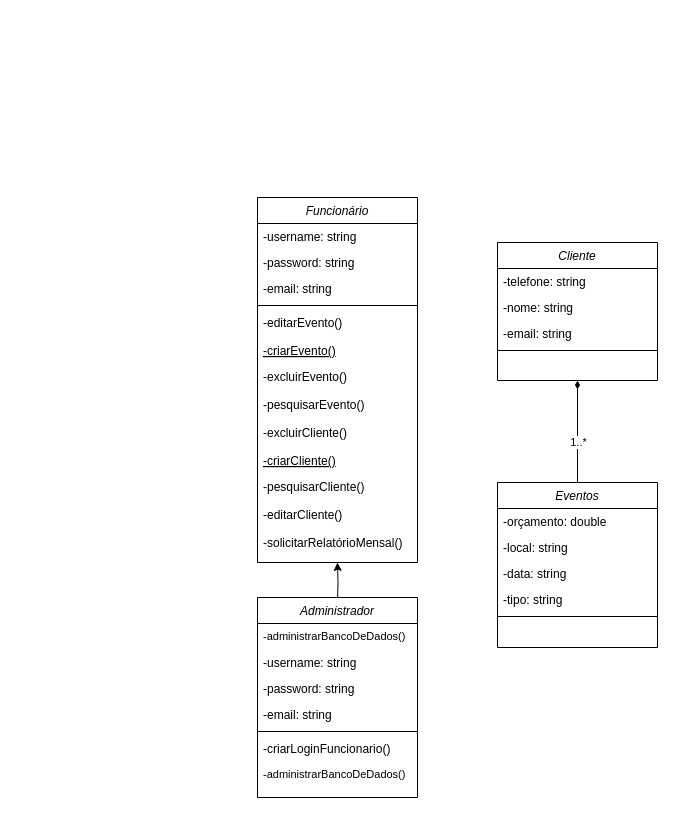
Before: 4° Período/Análise e Projeto de Sistemas (Janderson)/Atividade 02/Diagrama de Classes (Buffet LuDa).drawio in lucaslucenak/cc-UEPB, a draw.io diagram. Source tidied: cells renumbered, new cells numbered last; positions are measured from the earlier drawing's top-left corner, leaving out a move shared by most shapes. Both pictures are drawn from the tidied source at 100%, with x=0, y=0 at pixel (257, 197).
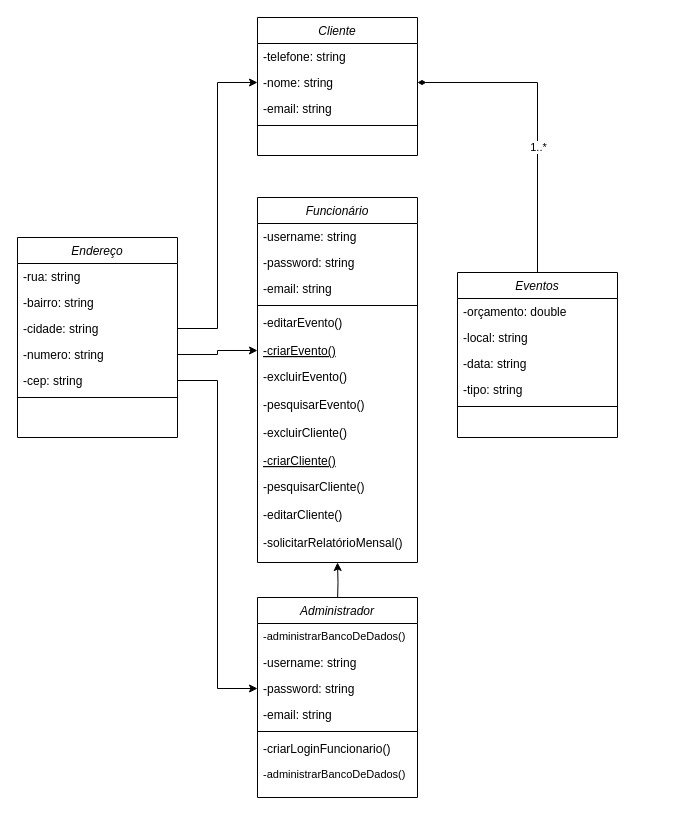
The same page after the edit.

Commit message:
fixed diagrama de classes in APS

Unchanged cells that the change refers to:
```xml
<mxCell id="4" value="-nome: string" style="text;align=left;verticalAlign=top;spacingLeft=4;spacingRight=4;overflow=hidden;points=[[0,0.5],[1,0.5]];portConstraint=eastwest;" parent="2" vertex="1">
  <mxGeometry y="52" width="160" height="26" as="geometry" />
</mxCell>
<mxCell id="13" value="-criarEvento()" style="text;align=left;verticalAlign=top;spacingLeft=4;spacingRight=4;overflow=hidden;points=[[0,0.5],[1,0.5]];portConstraint=eastwest;fontStyle=4;" parent="7" vertex="1">
  <mxGeometry y="140" width="160" height="26" as="geometry" />
</mxCell>
<mxCell id="33" value="-password: string" style="text;align=left;verticalAlign=top;spacingLeft=4;spacingRight=4;overflow=hidden;points=[[0,0.5],[1,0.5]];portConstraint=eastwest;" parent="30" vertex="1">
  <mxGeometry y="78" width="160" height="26" as="geometry" />
</mxCell>
```

Change to the diagram source:
```diff
@@
     <mxCell id="2" value="Cliente" style="swimlane;fontStyle=2;align=center;verticalAlign=top;horizontal=1;startSize=26;rounded=0;shadow=0;strokeWidth=1;" parent="1" vertex="1">
-      <mxGeometry x="240" y="45" width="160" height="138" as="geometry" />
+      <mxGeometry y="-180" width="160" height="138" as="geometry" />
     </mxCell>
@@
-    <mxCell id="21" style="edgeStyle=orthogonalEdgeStyle;rounded=0;jettySize=auto;html=1;exitX=0.5;exitY=0;exitDx=0;exitDy=0;entryX=0.5;entryY=1;entryDx=0;entryDy=0;fontSize=11;endArrow=diamondThin;endFill=1;" parent="1" edge="1" source="23" target="2">
+    <mxCell id="21" style="edgeStyle=orthogonalEdgeStyle;rounded=0;jettySize=auto;html=1;exitX=0.5;exitY=0;exitDx=0;exitDy=0;entryX=1;entryY=0.5;entryDx=0;entryDy=0;fontSize=11;endArrow=diamondThin;endFill=1;" parent="1" edge="1" source="23" target="4">
       <mxGeometry relative="1" as="geometry" />
     </mxCell>
@@
     <mxCell id="23" value="Eventos" style="swimlane;fontStyle=2;align=center;verticalAlign=top;horizontal=1;startSize=26;rounded=0;shadow=0;strokeWidth=1;" parent="1" vertex="1">
-      <mxGeometry x="240" y="285" width="160" height="165" as="geometry" />
+      <mxGeometry x="200" y="75" width="160" height="165" as="geometry" />
     </mxCell>
@@
+    <mxCell id="38" value="Endereço" style="swimlane;fontStyle=2;align=center;verticalAlign=top;horizontal=1;startSize=26;rounded=0;shadow=0;strokeWidth=1;" parent="1" vertex="1">
+      <mxGeometry x="-240" y="40" width="160" height="200" as="geometry" />
+    </mxCell>
+    <mxCell id="39" value="-rua: string" style="text;align=left;verticalAlign=top;spacingLeft=4;spacingRight=4;overflow=hidden;rounded=0;shadow=0;html=0;" parent="38" vertex="1">
+      <mxGeometry y="26" width="160" height="26" as="geometry" />
+    </mxCell>
+    <mxCell id="40" value="-bairro: string" style="text;align=left;verticalAlign=top;spacingLeft=4;spacingRight=4;overflow=hidden;" parent="38" vertex="1">
+      <mxGeometry y="52" width="160" height="26" as="geometry" />
+    </mxCell>
+    <mxCell id="41" value="-cidade: string" style="text;align=left;verticalAlign=top;spacingLeft=4;spacingRight=4;overflow=hidden;points=[[0,0.5],[1,0.5]];portConstraint=eastwest;rounded=0;shadow=0;html=0;" parent="38" vertex="1">
+      <mxGeometry y="78" width="160" height="26" as="geometry" />
+    </mxCell>
+    <mxCell id="42" value="-numero: string" style="text;align=left;verticalAlign=top;spacingLeft=4;spacingRight=4;overflow=hidden;points=[[0,0.5],[1,0.5]];portConstraint=eastwest;rounded=0;shadow=0;html=0;" parent="38" vertex="1">
+      <mxGeometry y="104" width="160" height="26" as="geometry" />
+    </mxCell>
+    <mxCell id="43" value="-cep: string" style="text;align=left;verticalAlign=top;spacingLeft=4;spacingRight=4;overflow=hidden;points=[[0,0.5],[1,0.5]];portConstraint=eastwest;rounded=0;shadow=0;html=0;" parent="38" vertex="1">
+      <mxGeometry y="130" width="160" height="26" as="geometry" />
+    </mxCell>
+    <mxCell id="44" style="line;html=1;strokeWidth=1;align=left;verticalAlign=middle;spacingTop=-1;spacingLeft=3;spacingRight=3;labelPosition=right;" parent="38" vertex="1">
+      <mxGeometry y="156" width="160" height="8" as="geometry" />
+    </mxCell>
+    <mxCell id="45" style="edgeStyle=orthogonalEdgeStyle;rounded=0;jettySize=auto;html=1;exitX=1;exitY=0.5;exitDx=0;exitDy=0;entryX=0;entryY=0.5;entryDx=0;entryDy=0;" parent="1" edge="1" source="42" target="13">
+      <mxGeometry relative="1" as="geometry" />
+    </mxCell>
+    <mxCell id="46" style="edgeStyle=orthogonalEdgeStyle;rounded=0;jettySize=auto;html=1;exitX=1;exitY=0.5;exitDx=0;exitDy=0;entryX=0;entryY=0.5;entryDx=0;entryDy=0;" parent="1" edge="1" source="43" target="33">
+      <mxGeometry relative="1" as="geometry" />
+    </mxCell>
+    <mxCell id="47" style="edgeStyle=orthogonalEdgeStyle;rounded=0;jettySize=auto;html=1;exitX=1;exitY=0.5;exitDx=0;exitDy=0;entryX=0;entryY=0.5;entryDx=0;entryDy=0;" parent="1" edge="1" source="41" target="4">
+      <mxGeometry relative="1" as="geometry" />
+    </mxCell>
```
